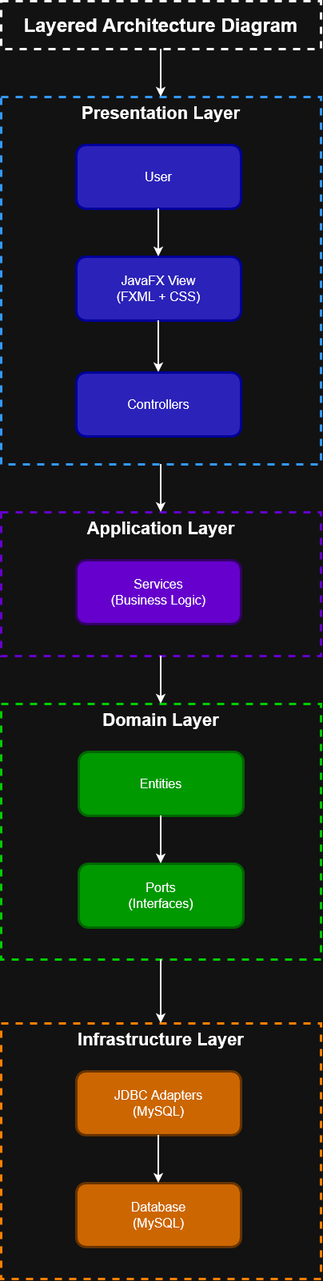
Above: docs/images/english/diagrams/Layered_Architecture_Diagram.png in carrascalpjosedanieldev/retail-management-system (draw.io), before the change. Source tidied: cells renumbered, new cells last; positions are measured from the earlier drawing's top-left corner, leaving out a move shared by most shapes.
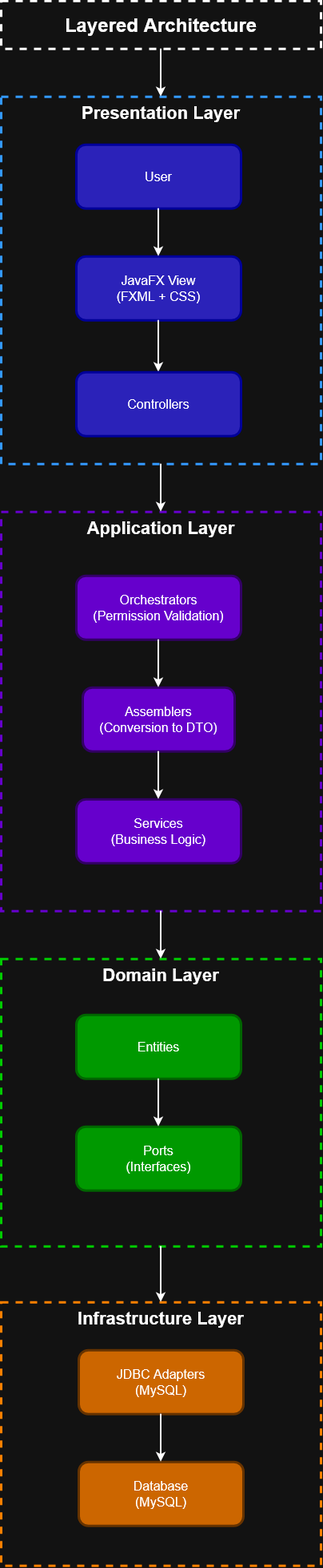
After the change.

Change to the diagram source:
```diff
@@ -2,13 +2,13 @@
   <root>
     <mxCell id="0" />
     <mxCell id="1" parent="0" />
-    <mxCell id="2" value="&lt;span class=&quot;HwtZe&quot; lang=&quot;en&quot;&gt;&lt;span class=&quot;jCAhz ChMk0b&quot;&gt;&lt;span class=&quot;ryNqvb&quot;&gt;Layered Architecture&lt;/span&gt;&lt;/span&gt;&lt;/span&gt;&amp;nbsp;Diagram" style="rounded=0;whiteSpace=wrap;html=1;fillColor=none;strokeWidth=3;dashed=1;fontSize=24;fontStyle=1;" parent="1" vertex="1">
+    <mxCell id="2" value="&lt;span class=&quot;HwtZe&quot; lang=&quot;en&quot;&gt;&lt;span class=&quot;jCAhz ChMk0b&quot;&gt;&lt;span class=&quot;ryNqvb&quot;&gt;Layered Architecture&lt;/span&gt;&lt;/span&gt;&lt;/span&gt;" style="rounded=0;whiteSpace=wrap;html=1;fillColor=none;strokeWidth=3;dashed=1;fontSize=24;fontStyle=1;" parent="1" vertex="1">
       <mxGeometry width="400" height="60" as="geometry" />
     </mxCell>
     <mxCell id="3" value="&lt;span class=&quot;HwtZe&quot; lang=&quot;en&quot;&gt;&lt;span class=&quot;jCAhz ChMk0b&quot;&gt;&lt;span class=&quot;ryNqvb&quot;&gt;Presentation Layer&lt;/span&gt;&lt;/span&gt;&lt;/span&gt;" style="rounded=0;whiteSpace=wrap;html=1;fillColor=none;align=center;verticalAlign=top;fontSize=22;dashed=1;strokeWidth=3;strokeColor=light-dark(#000000,#3399FF);fontStyle=1;" parent="1" vertex="1">
       <mxGeometry y="120" width="400" height="460" as="geometry" />
     </mxCell>
-    <mxCell id="4" value="&lt;span class=&quot;HwtZe&quot; lang=&quot;en&quot;&gt;&lt;span class=&quot;jCAhz ChMk0b&quot;&gt;&lt;span class=&quot;ryNqvb&quot;&gt;User&lt;/span&gt;&lt;/span&gt;&lt;/span&gt;" style="rounded=1;whiteSpace=wrap;html=1;fillColor=light-dark(#000053,#2B22B9);fontSize=16;strokeColor=light-dark(#000000,#000099);strokeWidth=3;" parent="1" vertex="1">
+    <mxCell id="4" value="User" style="rounded=1;whiteSpace=wrap;html=1;fillColor=light-dark(#000053,#2B22B9);fontSize=16;strokeColor=light-dark(#000000,#000099);strokeWidth=3;" parent="1" vertex="1">
       <mxGeometry x="94" y="180" width="206" height="80" as="geometry" />
     </mxCell>
     <mxCell id="5" value="&lt;div&gt;JavaFX View&lt;/div&gt;&lt;div&gt;(FXML + CSS)&lt;/div&gt;" style="rounded=1;whiteSpace=wrap;html=1;fillColor=light-dark(#000053,#2B22B9);fontSize=16;strokeColor=light-dark(#000000,#000099);strokeWidth=3;" parent="1" vertex="1">
@@ -20,14 +20,14 @@
     <mxCell id="7" style="endArrow=classic;html=1;rounded=0;strokeWidth=2;entryX=0.5;entryY=0;entryDx=0;entryDy=0;exitX=0.5;exitY=1;exitDx=0;exitDy=0;" parent="1" edge="1" source="5" target="8">
       <mxGeometry relative="1" as="geometry" />
     </mxCell>
-    <mxCell id="8" value="&lt;span class=&quot;HwtZe&quot; lang=&quot;en&quot;&gt;&lt;span class=&quot;jCAhz ChMk0b&quot;&gt;&lt;span class=&quot;ryNqvb&quot;&gt;Controllers&lt;/span&gt;&lt;/span&gt;&lt;/span&gt;" style="rounded=1;whiteSpace=wrap;html=1;fillColor=light-dark(#000053,#2B22B9);fontSize=16;strokeColor=light-dark(#000000,#000099);strokeWidth=3;" parent="1" vertex="1">
+    <mxCell id="8" value="Controllers" style="rounded=1;whiteSpace=wrap;html=1;fillColor=light-dark(#000053,#2B22B9);fontSize=16;strokeColor=light-dark(#000000,#000099);strokeWidth=3;" parent="1" vertex="1">
       <mxGeometry x="94" y="465" width="206" height="80" as="geometry" />
     </mxCell>
     <mxCell id="9" value="&lt;span class=&quot;HwtZe&quot; lang=&quot;en&quot;&gt;&lt;span class=&quot;jCAhz ChMk0b&quot;&gt;&lt;span class=&quot;ryNqvb&quot;&gt;Application Layer&lt;/span&gt;&lt;/span&gt;&lt;/span&gt;" style="rounded=0;whiteSpace=wrap;html=1;fillColor=none;align=center;verticalAlign=top;fontSize=22;dashed=1;strokeWidth=3;strokeColor=light-dark(#000000,#6600CC);fontStyle=1;" parent="1" vertex="1">
-      <mxGeometry y="640" width="400" height="180" as="geometry" />
+      <mxGeometry y="640" width="400" height="500" as="geometry" />
     </mxCell>
-    <mxCell id="10" value="&lt;div&gt;&lt;span class=&quot;HwtZe&quot; lang=&quot;en&quot;&gt;&lt;span class=&quot;jCAhz ChMk0b&quot;&gt;&lt;span class=&quot;ryNqvb&quot;&gt;Services&lt;/span&gt;&lt;/span&gt;&lt;/span&gt;&lt;/div&gt;&lt;div&gt;&lt;span class=&quot;HwtZe&quot; lang=&quot;en&quot;&gt;&lt;span class=&quot;jCAhz ChMk0b&quot;&gt;&lt;span class=&quot;ryNqvb&quot;&gt;(Business Logic)&lt;/span&gt;&lt;/span&gt;&lt;/span&gt;&lt;/div&gt;" style="rounded=1;whiteSpace=wrap;html=1;fillColor=light-dark(#330066,#6600CC);fontSize=16;strokeColor=light-dark(#330066,#330066);strokeWidth=3;" parent="1" vertex="1">
-      <mxGeometry x="94" y="700" width="206" height="80" as="geometry" />
+    <mxCell id="10" value="&lt;div&gt;&lt;span class=&quot;HwtZe&quot; lang=&quot;en&quot;&gt;&lt;span class=&quot;jCAhz ChMk0b&quot;&gt;&lt;span class=&quot;ryNqvb&quot;&gt;Orchestrators&lt;/span&gt;&lt;/span&gt;&lt;/span&gt;&lt;/div&gt;&lt;div&gt;&lt;span class=&quot;HwtZe&quot; lang=&quot;en&quot;&gt;&lt;span class=&quot;jCAhz ChMk0b&quot;&gt;&lt;span class=&quot;ryNqvb&quot;&gt;(Permission Validation)&lt;/span&gt;&lt;/span&gt;&lt;/span&gt;&lt;/div&gt;" style="rounded=1;whiteSpace=wrap;html=1;fillColor=light-dark(#330066,#6600CC);fontSize=16;strokeColor=light-dark(#330066,#330066);strokeWidth=3;" parent="1" vertex="1">
+      <mxGeometry x="94" y="720" width="206" height="80" as="geometry" />
     </mxCell>
     <mxCell id="11" style="endArrow=classic;html=1;rounded=0;strokeWidth=2;entryX=0.5;entryY=0;entryDx=0;entryDy=0;exitX=0.5;exitY=1;exitDx=0;exitDy=0;" parent="1" edge="1" source="3" target="9">
       <mxGeometry relative="1" as="geometry" />
@@ -36,34 +36,46 @@
       <mxGeometry relative="1" as="geometry" />
     </mxCell>
     <mxCell id="13" value="&lt;span class=&quot;HwtZe&quot; lang=&quot;en&quot;&gt;&lt;span class=&quot;jCAhz ChMk0b&quot;&gt;&lt;span class=&quot;ryNqvb&quot;&gt;Domain Layer&lt;/span&gt;&lt;/span&gt;&lt;/span&gt;" style="rounded=0;whiteSpace=wrap;html=1;fillColor=none;align=center;verticalAlign=top;fontSize=22;dashed=1;strokeWidth=3;strokeColor=light-dark(#000000,#00CC00);fontStyle=1;" parent="1" vertex="1">
-      <mxGeometry y="880" width="400" height="320" as="geometry" />
+      <mxGeometry y="1200" width="400" height="360" as="geometry" />
     </mxCell>
     <mxCell id="14" style="endArrow=classic;html=1;rounded=0;strokeWidth=2;entryX=0.5;entryY=0;entryDx=0;entryDy=0;exitX=0.5;exitY=1;exitDx=0;exitDy=0;" parent="1" edge="1" source="9" target="13">
       <mxGeometry relative="1" as="geometry" />
     </mxCell>
-    <mxCell id="15" value="&lt;div&gt;&lt;span class=&quot;HwtZe&quot; lang=&quot;en&quot;&gt;&lt;span class=&quot;jCAhz ChMk0b&quot;&gt;&lt;span class=&quot;ryNqvb&quot;&gt;Ports&lt;/span&gt;&lt;/span&gt;&lt;/span&gt;&lt;/div&gt;&lt;div&gt;&lt;span class=&quot;HwtZe&quot; lang=&quot;en&quot;&gt;&lt;span class=&quot;jCAhz ChMk0b&quot;&gt;&lt;span class=&quot;ryNqvb&quot;&gt;(Interfaces)&lt;/span&gt;&lt;/span&gt;&lt;/span&gt;&lt;/div&gt;" style="rounded=1;whiteSpace=wrap;html=1;fillColor=light-dark(#330066,#009900);fontSize=16;strokeColor=light-dark(#330066,#006600);strokeWidth=3;" parent="1" vertex="1">
-      <mxGeometry x="97" y="1080" width="206" height="80" as="geometry" />
+    <mxCell id="15" value="&lt;div&gt;Ports&lt;/div&gt;&lt;div&gt;&lt;span class=&quot;HwtZe&quot; lang=&quot;en&quot;&gt;&lt;span class=&quot;jCAhz ChMk0b&quot;&gt;&lt;span class=&quot;ryNqvb&quot;&gt;(Interfaces)&lt;/span&gt;&lt;/span&gt;&lt;/span&gt;&lt;/div&gt;" style="rounded=1;whiteSpace=wrap;html=1;fillColor=light-dark(#330066,#009900);fontSize=16;strokeColor=light-dark(#330066,#006600);strokeWidth=3;" parent="1" vertex="1">
+      <mxGeometry x="94" y="1410" width="206" height="80" as="geometry" />
     </mxCell>
     <mxCell id="16" value="&lt;span class=&quot;HwtZe&quot; lang=&quot;en&quot;&gt;&lt;span class=&quot;jCAhz ChMk0b&quot;&gt;&lt;span class=&quot;ryNqvb&quot;&gt;Infrastructure Layer&lt;/span&gt;&lt;/span&gt;&lt;/span&gt;" style="rounded=0;whiteSpace=wrap;html=1;fillColor=none;align=center;verticalAlign=top;fontSize=22;dashed=1;strokeWidth=3;strokeColor=light-dark(#000000,#FF8000);fontStyle=1;" parent="1" vertex="1">
-      <mxGeometry y="1280" width="400" height="320" as="geometry" />
+      <mxGeometry y="1630" width="400" height="330" as="geometry" />
     </mxCell>
     <mxCell id="17" style="endArrow=classic;html=1;rounded=0;strokeWidth=2;entryX=0.5;entryY=0;entryDx=0;entryDy=0;exitX=0.5;exitY=1;exitDx=0;exitDy=0;" parent="1" edge="1" source="13" target="16">
       <mxGeometry relative="1" as="geometry" />
     </mxCell>
-    <mxCell id="18" value="&lt;div&gt;&lt;span class=&quot;HwtZe&quot; lang=&quot;en&quot;&gt;&lt;span class=&quot;jCAhz ChMk0b&quot;&gt;&lt;span class=&quot;ryNqvb&quot;&gt;JDBC Adapters&lt;/span&gt;&lt;/span&gt;&lt;/span&gt;&lt;/div&gt;&lt;div&gt;(MySQL)&lt;/div&gt;" style="rounded=1;whiteSpace=wrap;html=1;fillColor=light-dark(#330066,#CC6600);fontSize=16;strokeColor=light-dark(#330066,#663300);strokeWidth=3;" parent="1" vertex="1">
-      <mxGeometry x="94" y="1340" width="206" height="80" as="geometry" />
+    <mxCell id="18" value="&lt;div&gt;&lt;span class=&quot;HwtZe&quot; lang=&quot;en&quot;&gt;&lt;span class=&quot;jCAhz ChMk0b&quot;&gt;&lt;span class=&quot;ryNqvb&quot;&gt;JDBC&amp;nbsp;&lt;/span&gt;&lt;/span&gt;&lt;/span&gt;&lt;span class=&quot;HwtZe&quot; lang=&quot;en&quot;&gt;&lt;span class=&quot;jCAhz ChMk0b&quot;&gt;&lt;span class=&quot;ryNqvb&quot;&gt;Adapters&lt;/span&gt;&lt;/span&gt;&lt;/span&gt;&lt;/div&gt;&lt;div&gt;(MySQL)&lt;/div&gt;" style="rounded=1;whiteSpace=wrap;html=1;fillColor=light-dark(#330066,#CC6600);fontSize=16;strokeColor=light-dark(#330066,#663300);strokeWidth=3;" parent="1" vertex="1">
+      <mxGeometry x="97" y="1690" width="206" height="80" as="geometry" />
     </mxCell>
-    <mxCell id="19" value="&lt;div&gt;&lt;span class=&quot;HwtZe&quot; lang=&quot;en&quot;&gt;&lt;span class=&quot;jCAhz ChMk0b&quot;&gt;&lt;span class=&quot;ryNqvb&quot;&gt;Database&lt;/span&gt;&lt;/span&gt;&lt;/span&gt;&lt;/div&gt;&lt;div&gt;(MySQL)&lt;/div&gt;" style="rounded=1;whiteSpace=wrap;html=1;fillColor=light-dark(#330066,#CC6600);fontSize=16;strokeColor=light-dark(#330066,#663300);strokeWidth=3;" parent="1" vertex="1">
-      <mxGeometry x="94" y="1480" width="206" height="80" as="geometry" />
+    <mxCell id="19" value="&lt;div&gt;Database&lt;/div&gt;&lt;div&gt;(MySQL)&lt;/div&gt;" style="rounded=1;whiteSpace=wrap;html=1;fillColor=light-dark(#330066,#CC6600);fontSize=16;strokeColor=light-dark(#330066,#663300);strokeWidth=3;" parent="1" vertex="1">
+      <mxGeometry x="97" y="1830" width="206" height="80" as="geometry" />
     </mxCell>
     <mxCell id="20" style="endArrow=classic;html=1;rounded=0;strokeWidth=2;entryX=0.5;entryY=0;entryDx=0;entryDy=0;exitX=0.5;exitY=1;exitDx=0;exitDy=0;" parent="1" edge="1" source="18" target="19">
       <mxGeometry relative="1" as="geometry" />
     </mxCell>
-    <mxCell id="21" value="&lt;span class=&quot;HwtZe&quot; lang=&quot;en&quot;&gt;&lt;span class=&quot;jCAhz ChMk0b&quot;&gt;&lt;span class=&quot;ryNqvb&quot;&gt;Entities&lt;/span&gt;&lt;/span&gt;&lt;/span&gt;" style="rounded=1;whiteSpace=wrap;html=1;fillColor=light-dark(#330066,#009900);fontSize=16;strokeColor=light-dark(#330066,#006600);strokeWidth=3;" parent="1" vertex="1">
-      <mxGeometry x="97" y="940" width="206" height="80" as="geometry" />
+    <mxCell id="21" value="Entities" style="rounded=1;whiteSpace=wrap;html=1;fillColor=light-dark(#330066,#009900);fontSize=16;strokeColor=light-dark(#330066,#006600);strokeWidth=3;" parent="1" vertex="1">
+      <mxGeometry x="94" y="1270" width="206" height="80" as="geometry" />
     </mxCell>
     <mxCell id="22" style="endArrow=classic;html=1;rounded=0;strokeWidth=2;entryX=0.5;entryY=0;entryDx=0;entryDy=0;exitX=0.5;exitY=1;exitDx=0;exitDy=0;" parent="1" edge="1" source="21" target="15">
       <mxGeometry relative="1" as="geometry" />
     </mxCell>
+    <mxCell id="23" value="&lt;div&gt;&lt;span class=&quot;HwtZe&quot; lang=&quot;en&quot;&gt;&lt;span class=&quot;jCAhz ChMk0b&quot;&gt;&lt;span class=&quot;ryNqvb&quot;&gt;Assemblers&lt;/span&gt;&lt;/span&gt;&lt;/span&gt;&lt;/div&gt;&lt;div&gt;&lt;span class=&quot;HwtZe&quot; lang=&quot;en&quot;&gt;&lt;span class=&quot;jCAhz ChMk0b&quot;&gt;&lt;span class=&quot;ryNqvb&quot;&gt;(Conversion to DTO)&lt;/span&gt;&lt;/span&gt;&lt;/span&gt;&lt;/div&gt;" style="rounded=1;whiteSpace=wrap;html=1;fillColor=light-dark(#330066,#6600CC);fontSize=16;strokeColor=light-dark(#330066,#330066);strokeWidth=3;" parent="1" vertex="1">
+      <mxGeometry x="102" y="860" width="190" height="80" as="geometry" />
+    </mxCell>
+    <mxCell id="24" style="endArrow=classic;html=1;rounded=0;strokeWidth=2;entryX=0.5;entryY=0;entryDx=0;entryDy=0;exitX=0.5;exitY=1;exitDx=0;exitDy=0;" parent="1" edge="1" source="10" target="23">
+      <mxGeometry relative="1" as="geometry" />
+    </mxCell>
+    <mxCell id="25" value="&lt;div&gt;&lt;span class=&quot;HwtZe&quot; lang=&quot;en&quot;&gt;&lt;span class=&quot;jCAhz ChMk0b&quot;&gt;&lt;span class=&quot;ryNqvb&quot;&gt;Services&lt;/span&gt;&lt;/span&gt;&lt;/span&gt;&lt;/div&gt;&lt;div&gt;&lt;span class=&quot;HwtZe&quot; lang=&quot;en&quot;&gt;&lt;span class=&quot;jCAhz ChMk0b&quot;&gt;&lt;span class=&quot;ryNqvb&quot;&gt;(Business Logic)&lt;/span&gt;&lt;/span&gt;&lt;/span&gt;&lt;/div&gt;" style="rounded=1;whiteSpace=wrap;html=1;fillColor=light-dark(#330066,#6600CC);fontSize=16;strokeColor=light-dark(#330066,#330066);strokeWidth=3;" parent="1" vertex="1">
+      <mxGeometry x="94" y="1000" width="206" height="80" as="geometry" />
+    </mxCell>
+    <mxCell id="26" style="endArrow=classic;html=1;rounded=0;strokeWidth=2;entryX=0.5;entryY=0;entryDx=0;entryDy=0;exitX=0.5;exitY=1;exitDx=0;exitDy=0;" parent="1" edge="1" source="23" target="25">
+      <mxGeometry relative="1" as="geometry" />
+    </mxCell>
   </root>
 </mxGraphModel>
```
